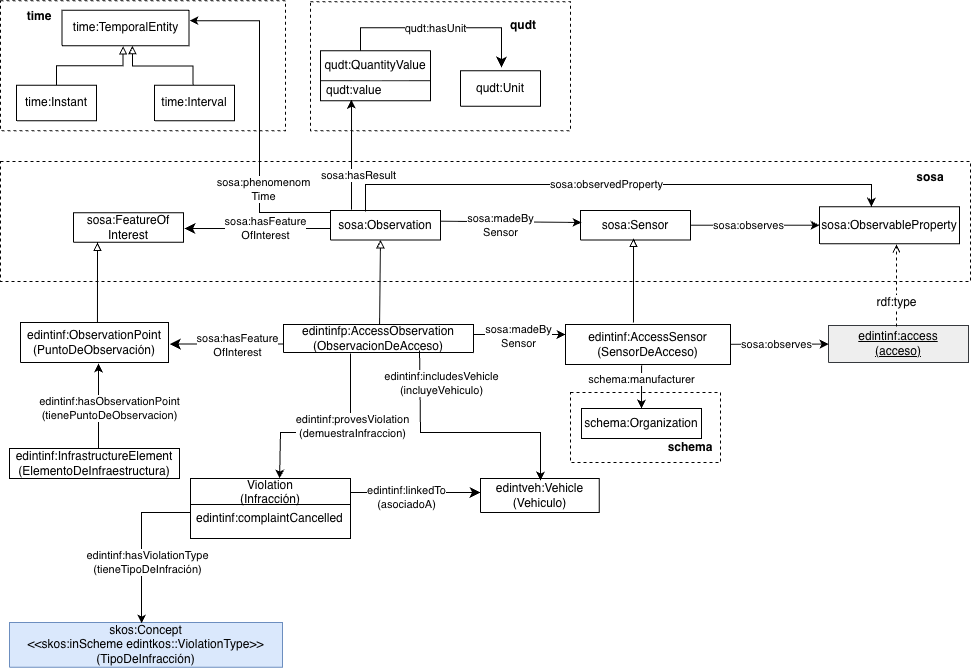
This is diagrams/diagrama-conceptual-AccessSensors-with-DP.png from EDINT-Ontologia/edint-ontologia-infraestructura, a draw.io export, as it was before one commit. Source tidied: cells renumbered, new cells last; positions are measured from the earlier drawing's top-left corner, leaving out a move shared by most shapes.
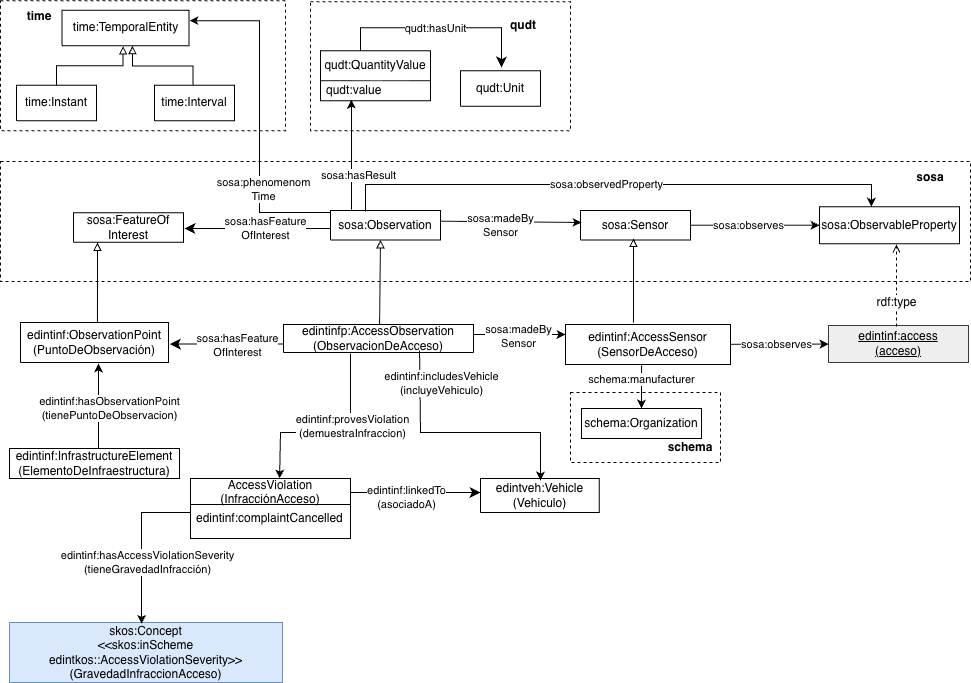
Later version of the same file.

Diff of the diagram source:
```diff
@@ -174,8 +174,8 @@
         <mxPoint x="896" y="326" as="sourcePoint" />
       </mxGeometry>
     </mxCell>
-    <mxCell id="42" value="&lt;font style=&quot;font-size: 12px;&quot;&gt;skos:Concept&lt;/font&gt;&lt;div&gt;&lt;font style=&quot;font-size: 12px;&quot;&gt;&amp;lt;&amp;lt;skos:inScheme edintkos::ViolationType&amp;gt;&amp;gt;&lt;/font&gt;&lt;/div&gt;&lt;div&gt;&lt;font style=&quot;font-size: 12px;&quot;&gt;(TipoDeInfracción)&lt;/font&gt;&lt;/div&gt;" style="verticalAlign=middle;align=center;vsdxID=334;shape=(stored shape, 160 characters);labelBackgroundColor=none;rounded=0;html=1;whiteSpace=wrap;fillColor=#dae8fc;strokeColor=#6c8ebf;fontSize=11;" parent="1" vertex="1">
-      <mxGeometry x="9" y="622" width="273" height="44.7" as="geometry" />
+    <mxCell id="42" value="&lt;font style=&quot;font-size: 12px;&quot;&gt;skos:Concept&lt;/font&gt;&lt;div&gt;&lt;font style=&quot;font-size: 12px;&quot;&gt;&amp;lt;&amp;lt;skos:inScheme edintkos::AccessViolationSeverity&amp;gt;&amp;gt;&lt;/font&gt;&lt;/div&gt;&lt;div&gt;&lt;font style=&quot;font-size: 12px;&quot;&gt;(GravedadInfraccionAcceso)&lt;/font&gt;&lt;/div&gt;" style="verticalAlign=middle;align=center;vsdxID=334;shape=(stored shape, 160 characters);labelBackgroundColor=none;rounded=0;html=1;whiteSpace=wrap;fillColor=#dae8fc;strokeColor=#6c8ebf;fontSize=11;" parent="1" vertex="1">
+      <mxGeometry x="9" y="622" width="273" height="60" as="geometry" />
     </mxCell>
     <mxCell id="43" style="endArrow=classic;html=1;rounded=0;entryX=0.484;entryY=0.022;entryDx=0;entryDy=0;entryPerimeter=0;exitX=0;exitY=0.324;exitDx=0;exitDy=0;exitPerimeter=0;" parent="1" edge="1" source="49" target="42">
       <mxGeometry relative="1" as="geometry">
@@ -186,7 +186,7 @@
         </Array>
       </mxGeometry>
     </mxCell>
-    <mxCell id="44" value="&lt;font&gt;edintinf:has&lt;/font&gt;&lt;span style=&quot;background-color: light-dark(#ffffff, var(--ge-dark-color, #121212)); color: light-dark(rgb(0, 0, 0), rgb(255, 255, 255));&quot;&gt;ViolationType&lt;/span&gt;&lt;div&gt;&lt;div&gt;&lt;font&gt;(tieneTipoDeInfración)&lt;/font&gt;&lt;/div&gt;&lt;/div&gt;" style="edgeLabel;html=1;align=center;verticalAlign=middle;" parent="43" vertex="1">
+    <mxCell id="44" value="&lt;font&gt;edintinf:has&lt;/font&gt;&lt;span style=&quot;background-color: light-dark(#ffffff, var(--ge-dark-color, #121212)); color: light-dark(rgb(0, 0, 0), rgb(255, 255, 255));&quot;&gt;AccessViolationSeverity&lt;/span&gt;&lt;div&gt;&lt;div&gt;&lt;font&gt;(tieneGravedadInfracción)&lt;/font&gt;&lt;/div&gt;&lt;/div&gt;" style="edgeLabel;html=1;align=center;verticalAlign=middle;" parent="43" vertex="1">
       <mxGeometry x="0.15" y="-1" relative="1" as="geometry">
         <mxPoint x="6" y="8" as="offset" />
       </mxGeometry>
@@ -205,7 +205,7 @@
     <mxCell id="47" value="sosa:observedProperty" style="edgeLabel;html=1;align=center;verticalAlign=middle;" parent="46" vertex="1">
       <mxGeometry x="-0.03" y="1" relative="1" as="geometry" />
     </mxCell>
-    <mxCell id="48" value="Violation&#10;(Infracción)" style="swimlane;fontStyle=0;horizontal=1;startSize=26;fillColor=none;strokeColor=#000000;" parent="1" vertex="1">
+    <mxCell id="48" value="AccessViolation&#10;(InfracciónAcceso)" style="swimlane;fontStyle=0;horizontal=1;startSize=26;fillColor=none;strokeColor=#000000;" parent="1" vertex="1">
       <mxGeometry x="190" y="478" width="160" height="60" as="geometry" />
     </mxCell>
     <mxCell id="49" value="edintinf:complaintCancelled" style="text;strokeColor=none;fillColor=none;align=left;verticalAlign=top;spacingLeft=4;spacingRight=4;overflow=visible;points=[[0,0.5],[1,0.5]];portConstraint=eastwest;imageAspect=0;imageHeight=24;" parent="48" vertex="1">
```
